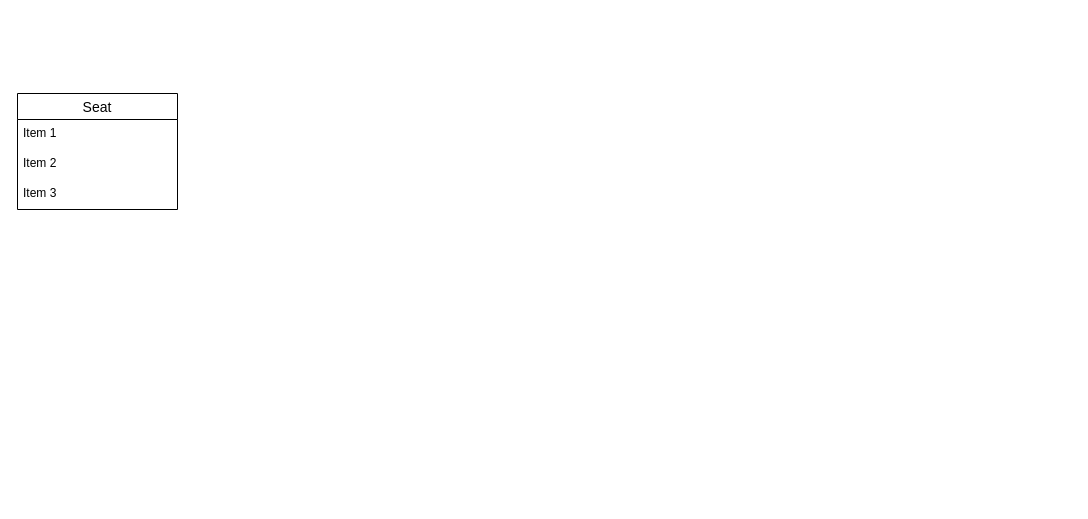
Before: schéma conceptuel .drawio in pauline-lr/Flight-manager, a draw.io diagram. Source tidied: cells renumbered, new cells numbered last; positions are measured from the earlier drawing's top-left corner, leaving out a move shared by most shapes. Both pictures are drawn from the tidied source at 100%, with x=0, y=0 at pixel (17, 93).
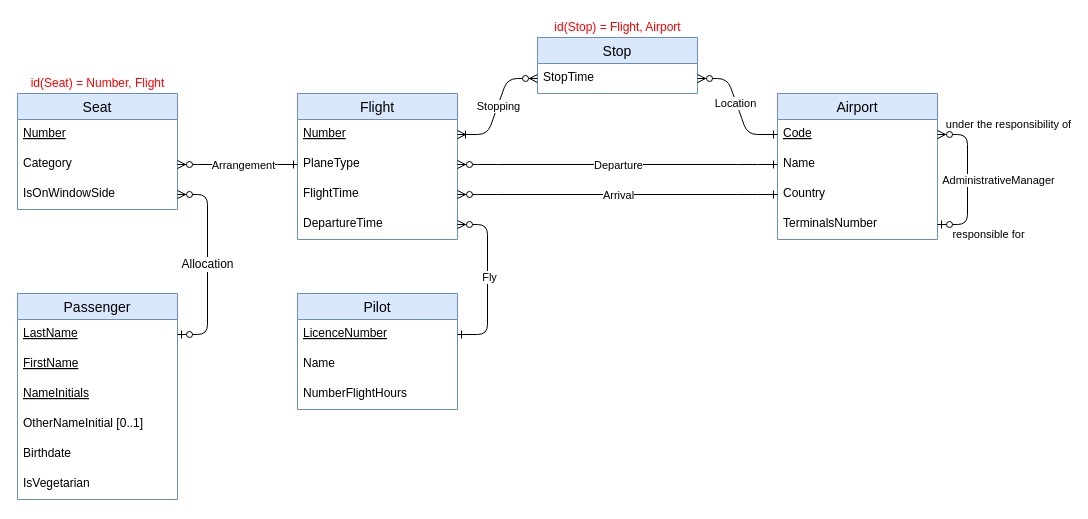
The same diagram, later.

What changed in the source:
```diff
@@
-    <mxCell id="2" value="Seat" style="swimlane;fontStyle=0;horizontal=1;startSize=26;align=center;fontSize=14;" parent="1" vertex="1">
+    <mxCell id="2" value="Seat" style="swimlane;fontStyle=0;horizontal=1;startSize=26;align=center;fontSize=14;fillColor=#dae8fc;strokeColor=#6c8ebf;" parent="1" vertex="1">
       <mxGeometry width="160" height="116" as="geometry" />
     </mxCell>
-    <mxCell id="3" value="Item 1" style="text;strokeColor=none;fillColor=none;spacingLeft=4;spacingRight=4;overflow=hidden;fontSize=12;" parent="2" vertex="1">
+    <mxCell id="3" value="Number" style="text;strokeColor=none;fillColor=none;spacingLeft=4;spacingRight=4;overflow=hidden;fontSize=12;fontStyle=4;" parent="2" vertex="1">
       <mxGeometry y="26" width="160" height="30" as="geometry" />
     </mxCell>
-    <mxCell id="4" value="Item 2" style="text;strokeColor=none;fillColor=none;spacingLeft=4;spacingRight=4;overflow=hidden;points=[[0,0.5],[1,0.5]];portConstraint=eastwest;fontSize=12;" parent="2" vertex="1">
+    <mxCell id="4" value="Category" style="text;strokeColor=none;fillColor=none;spacingLeft=4;spacingRight=4;overflow=hidden;points=[[0,0.5],[1,0.5]];portConstraint=eastwest;fontSize=12;" parent="2" vertex="1">
       <mxGeometry y="56" width="160" height="30" as="geometry" />
     </mxCell>
-    <mxCell id="5" value="Item 3" style="text;strokeColor=none;fillColor=none;spacingLeft=4;spacingRight=4;overflow=hidden;points=[[0,0.5],[1,0.5]];portConstraint=eastwest;fontSize=12;" parent="2" vertex="1">
+    <mxCell id="5" value="IsOnWindowSide" style="text;strokeColor=none;fillColor=none;spacingLeft=4;spacingRight=4;overflow=hidden;points=[[0,0.5],[1,0.5]];portConstraint=eastwest;fontSize=12;" parent="2" vertex="1">
       <mxGeometry y="86" width="160" height="30" as="geometry" />
     </mxCell>
+    <mxCell id="6" value="Flight" style="swimlane;fontStyle=0;horizontal=1;startSize=26;align=center;fontSize=14;fillColor=#dae8fc;strokeColor=#6c8ebf;" parent="1" vertex="1">
+      <mxGeometry x="280" width="160" height="146" as="geometry" />
+    </mxCell>
+    <mxCell id="7" value="Number" style="text;strokeColor=none;fillColor=none;spacingLeft=4;spacingRight=4;overflow=hidden;points=[[0,0.5],[1,0.5]];portConstraint=eastwest;fontSize=12;fontStyle=4;" parent="6" vertex="1">
+      <mxGeometry y="26" width="160" height="30" as="geometry" />
+    </mxCell>
+    <mxCell id="8" value="PlaneType" style="text;strokeColor=none;fillColor=none;spacingLeft=4;spacingRight=4;overflow=hidden;points=[[0,0.5],[1,0.5]];portConstraint=eastwest;fontSize=12;" parent="6" vertex="1">
+      <mxGeometry y="56" width="160" height="30" as="geometry" />
+    </mxCell>
+    <mxCell id="9" value="FlightTime" style="text;strokeColor=none;fillColor=none;spacingLeft=4;spacingRight=4;overflow=hidden;points=[[0,0.5],[1,0.5]];portConstraint=eastwest;fontSize=12;" parent="6" vertex="1">
+      <mxGeometry y="86" width="160" height="30" as="geometry" />
+    </mxCell>
+    <mxCell id="10" value="DepartureTime" style="text;strokeColor=none;fillColor=none;spacingLeft=4;spacingRight=4;overflow=hidden;points=[[0,0.5],[1,0.5]];portConstraint=eastwest;fontSize=12;" parent="6" vertex="1">
+      <mxGeometry y="116" width="160" height="30" as="geometry" />
+    </mxCell>
+    <mxCell id="11" value="Passenger" style="swimlane;fontStyle=0;horizontal=1;startSize=26;align=center;fontSize=14;fillColor=#dae8fc;strokeColor=#6c8ebf;" parent="1" vertex="1">
+      <mxGeometry y="200" width="160" height="206" as="geometry" />
+    </mxCell>
+    <mxCell id="12" value="LastName" style="text;strokeColor=none;fillColor=none;spacingLeft=4;spacingRight=4;overflow=hidden;points=[[0,0.5],[1,0.5]];portConstraint=eastwest;fontSize=12;fontStyle=4;" parent="11" vertex="1">
+      <mxGeometry y="26" width="160" height="30" as="geometry" />
+    </mxCell>
+    <mxCell id="13" value="FirstName" style="text;strokeColor=none;fillColor=none;spacingLeft=4;spacingRight=4;overflow=hidden;fontSize=12;fontStyle=4;" parent="11" vertex="1">
+      <mxGeometry y="56" width="160" height="30" as="geometry" />
+    </mxCell>
+    <mxCell id="14" value="NameInitials" style="text;strokeColor=none;fillColor=none;spacingLeft=4;spacingRight=4;overflow=hidden;fontSize=12;fontStyle=4;" parent="11" vertex="1">
+      <mxGeometry y="86" width="160" height="30" as="geometry" />
+    </mxCell>
+    <mxCell id="15" value="OtherNameInitial [0..1]" style="text;strokeColor=none;fillColor=none;spacingLeft=4;spacingRight=4;overflow=hidden;fontSize=12;" parent="11" vertex="1">
+      <mxGeometry y="116" width="160" height="30" as="geometry" />
+    </mxCell>
+    <mxCell id="16" value="Birthdate" style="text;strokeColor=none;fillColor=none;spacingLeft=4;spacingRight=4;overflow=hidden;fontSize=12;" parent="11" vertex="1">
+      <mxGeometry y="146" width="160" height="30" as="geometry" />
+    </mxCell>
+    <mxCell id="17" value="IsVegetarian" style="text;strokeColor=none;fillColor=none;spacingLeft=4;spacingRight=4;overflow=hidden;fontSize=12;" parent="11" vertex="1">
+      <mxGeometry y="176" width="160" height="30" as="geometry" />
+    </mxCell>
+    <mxCell id="18" value="Stop" style="swimlane;fontStyle=0;horizontal=1;startSize=26;align=center;fontSize=14;fillColor=#dae8fc;strokeColor=#6c8ebf;" parent="1" vertex="1">
+      <mxGeometry x="520" y="-56" width="160" height="56" as="geometry" />
+    </mxCell>
+    <mxCell id="19" value="StopTime" style="text;strokeColor=none;fillColor=none;spacingLeft=4;spacingRight=4;overflow=hidden;points=[[0,0.5],[1,0.5]];portConstraint=eastwest;fontSize=12;" parent="18" vertex="1">
+      <mxGeometry y="26" width="160" height="30" as="geometry" />
+    </mxCell>
+    <mxCell id="20" value="Pilot" style="swimlane;fontStyle=0;horizontal=1;startSize=26;align=center;fontSize=14;fillColor=#dae8fc;strokeColor=#6c8ebf;" parent="1" vertex="1">
+      <mxGeometry x="280" y="200" width="160" height="116" as="geometry" />
+    </mxCell>
+    <mxCell id="21" value="LicenceNumber" style="text;strokeColor=none;fillColor=none;spacingLeft=4;spacingRight=4;overflow=hidden;points=[[0,0.5],[1,0.5]];portConstraint=eastwest;fontSize=12;fontStyle=4;" parent="20" vertex="1">
+      <mxGeometry y="26" width="160" height="30" as="geometry" />
+    </mxCell>
+    <mxCell id="22" value="Name" style="text;strokeColor=none;fillColor=none;spacingLeft=4;spacingRight=4;overflow=hidden;fontSize=12;" parent="20" vertex="1">
+      <mxGeometry y="56" width="160" height="30" as="geometry" />
+    </mxCell>
+    <mxCell id="23" value="NumberFlightHours" style="text;strokeColor=none;fillColor=none;spacingLeft=4;spacingRight=4;overflow=hidden;fontSize=12;" parent="20" vertex="1">
+      <mxGeometry y="86" width="160" height="30" as="geometry" />
+    </mxCell>
+    <mxCell id="24" value="Airport" style="swimlane;fontStyle=0;horizontal=1;startSize=26;align=center;fontSize=14;fillColor=#dae8fc;strokeColor=#6c8ebf;" parent="1" vertex="1">
+      <mxGeometry x="760" width="160" height="146" as="geometry" />
+    </mxCell>
+    <mxCell id="25" value="Code" style="text;strokeColor=none;fillColor=none;spacingLeft=4;spacingRight=4;overflow=hidden;points=[[0,0.5],[1,0.5]];portConstraint=eastwest;fontSize=12;fontStyle=4;" parent="24" vertex="1">
+      <mxGeometry y="26" width="160" height="30" as="geometry" />
+    </mxCell>
+    <mxCell id="26" value="Name" style="text;strokeColor=none;fillColor=none;spacingLeft=4;spacingRight=4;overflow=hidden;points=[[0,0.5],[1,0.5]];portConstraint=eastwest;fontSize=12;" parent="24" vertex="1">
+      <mxGeometry y="56" width="160" height="30" as="geometry" />
+    </mxCell>
+    <mxCell id="27" value="Country" style="text;strokeColor=none;fillColor=none;spacingLeft=4;spacingRight=4;overflow=hidden;points=[[0,0.5],[1,0.5]];portConstraint=eastwest;fontSize=12;" parent="24" vertex="1">
+      <mxGeometry y="86" width="160" height="30" as="geometry" />
+    </mxCell>
+    <mxCell id="28" value="TerminalsNumber" style="text;strokeColor=none;fillColor=none;spacingLeft=4;spacingRight=4;overflow=hidden;points=[[0,0.5],[1,0.5]];portConstraint=eastwest;fontSize=12;" parent="24" vertex="1">
+      <mxGeometry y="116" width="160" height="30" as="geometry" />
+    </mxCell>
+    <mxCell id="29" style="edgeStyle=entityRelationEdgeStyle;fontSize=12;html=1;endArrow=ERzeroToMany;endFill=1;startArrow=ERzeroToOne;startFill=1;" parent="24" edge="1" source="28" target="25">
+      <mxGeometry relative="1" as="geometry" />
+    </mxCell>
+    <mxCell id="30" value="AdministrativeManager" style="edgeLabel;html=1;align=center;verticalAlign=middle;" parent="29" vertex="1">
+      <mxGeometry x="0.01" y="-3" relative="1" as="geometry">
+        <mxPoint x="27" y="1" as="offset" />
+      </mxGeometry>
+    </mxCell>
+    <mxCell id="31" value="under the responsibility of" style="edgeLabel;html=1;align=center;verticalAlign=middle;" parent="29" vertex="1">
+      <mxGeometry x="0.68" y="2" relative="1" as="geometry">
+        <mxPoint x="46" y="-13" as="offset" />
+      </mxGeometry>
+    </mxCell>
+    <mxCell id="32" value="responsible for" style="edgeLabel;html=1;align=center;verticalAlign=middle;" parent="29" vertex="1">
+      <mxGeometry x="-0.68" y="-1" relative="1" as="geometry">
+        <mxPoint x="26" y="8" as="offset" />
+      </mxGeometry>
+    </mxCell>
+    <mxCell id="33" value="Allocation" style="edgeStyle=entityRelationEdgeStyle;fontSize=12;html=1;endArrow=ERzeroToMany;endFill=1;startArrow=ERzeroToOne;startFill=1;" parent="1" edge="1" source="12" target="5">
+      <mxGeometry relative="1" as="geometry" />
+    </mxCell>
+    <mxCell id="34" style="edgeStyle=entityRelationEdgeStyle;fontSize=12;html=1;endArrow=ERzeroToMany;endFill=1;startArrow=ERone;startFill=0;" parent="1" edge="1" source="8" target="4">
+      <mxGeometry relative="1" as="geometry" />
+    </mxCell>
+    <mxCell id="35" value="Arrangement" style="edgeLabel;html=1;align=center;verticalAlign=middle;" parent="34" vertex="1">
+      <mxGeometry x="-0.08" y="1" relative="1" as="geometry">
+        <mxPoint y="-1" as="offset" />
+      </mxGeometry>
+    </mxCell>
+    <mxCell id="36" style="edgeStyle=entityRelationEdgeStyle;fontSize=12;html=1;endArrow=ERzeroToMany;endFill=1;startArrow=ERone;startFill=0;" parent="1" edge="1" source="21" target="10">
+      <mxGeometry relative="1" as="geometry" />
+    </mxCell>
+    <mxCell id="37" value="Fly" style="edgeLabel;html=1;align=center;verticalAlign=middle;" parent="36" vertex="1">
+      <mxGeometry x="0.04" y="-1" relative="1" as="geometry" />
+    </mxCell>
+    <mxCell id="38" style="edgeStyle=entityRelationEdgeStyle;fontSize=12;html=1;endArrow=ERone;endFill=0;startArrow=ERzeroToMany;startFill=1;" parent="1" edge="1" source="19" target="25">
+      <mxGeometry relative="1" as="geometry" />
+    </mxCell>
+    <mxCell id="39" value="Location" style="edgeLabel;html=1;align=center;verticalAlign=middle;" parent="38" vertex="1">
+      <mxGeometry x="-0.06" y="-1" relative="1" as="geometry" />
+    </mxCell>
+    <mxCell id="40" style="edgeStyle=entityRelationEdgeStyle;fontSize=12;html=1;endArrow=ERzeroToMany;endFill=1;startArrow=ERoneToMany;startFill=0;" parent="1" edge="1" source="7" target="19">
+      <mxGeometry relative="1" as="geometry" />
+    </mxCell>
+    <mxCell id="41" value="Stopping" style="edgeLabel;html=1;align=center;verticalAlign=middle;" parent="40" vertex="1">
+      <mxGeometry relative="1" as="geometry" />
+    </mxCell>
+    <mxCell id="42" style="edgeStyle=entityRelationEdgeStyle;fontSize=12;html=1;endArrow=ERzeroToMany;endFill=1;startArrow=ERone;startFill=0;" parent="1" edge="1" source="26" target="8">
+      <mxGeometry relative="1" as="geometry" />
+    </mxCell>
+    <mxCell id="43" value="Departure" style="edgeLabel;html=1;align=center;verticalAlign=middle;" parent="42" vertex="1">
+      <mxGeometry x="-0.03" relative="1" as="geometry">
+        <mxPoint x="-5" as="offset" />
+      </mxGeometry>
+    </mxCell>
+    <mxCell id="44" style="edgeStyle=entityRelationEdgeStyle;fontSize=12;html=1;endArrow=ERzeroToMany;endFill=1;startArrow=ERone;startFill=0;" parent="1" edge="1" source="27" target="9">
+      <mxGeometry relative="1" as="geometry" />
+    </mxCell>
+    <mxCell id="45" value="Arrival" style="edgeLabel;html=1;align=center;verticalAlign=middle;" parent="44" vertex="1">
+      <mxGeometry x="0.03" y="-1" relative="1" as="geometry">
+        <mxPoint x="5" y="1" as="offset" />
+      </mxGeometry>
+    </mxCell>
+    <mxCell id="46" value="&lt;font color=&quot;#ff0000&quot;&gt;id(Seat) = Number, Flight&lt;/font&gt;" style="text;html=1;align=center;verticalAlign=middle;" parent="1" vertex="1">
+      <mxGeometry x="5" y="-20" width="150" height="20" as="geometry" />
+    </mxCell>
+    <mxCell id="47" value="&lt;font color=&quot;#ff0000&quot;&gt;id(Stop) = Flight, Airport&lt;/font&gt;" style="text;html=1;align=center;verticalAlign=middle;" parent="1" vertex="1">
+      <mxGeometry x="530" y="-76" width="140" height="20" as="geometry" />
+    </mxCell>
```
